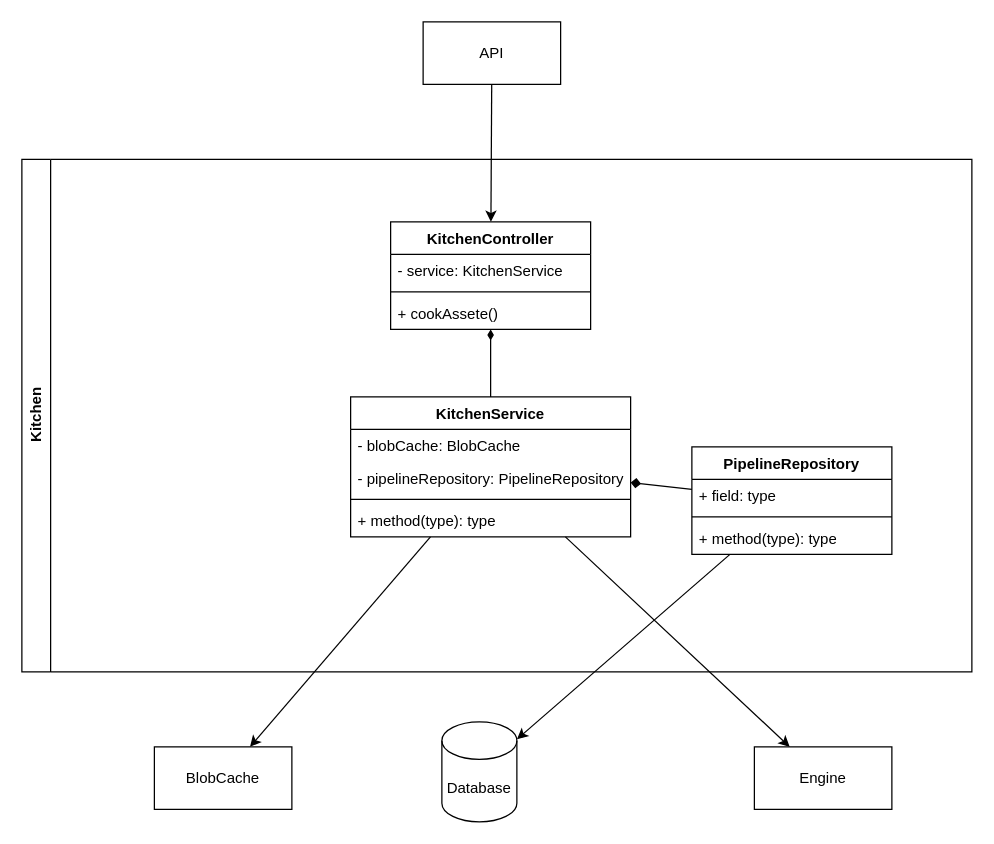
Above: server/docs/architecture.drawio in Star-Plus/Acture (draw.io), before the change. Source tidied: cells renumbered, new cells numbered last; positions are measured from the earlier drawing's top-left corner, leaving out a move shared by most shapes. Both pictures are drawn from the tidied source at 125%, with x=0, y=0 at pixel (21, 21).
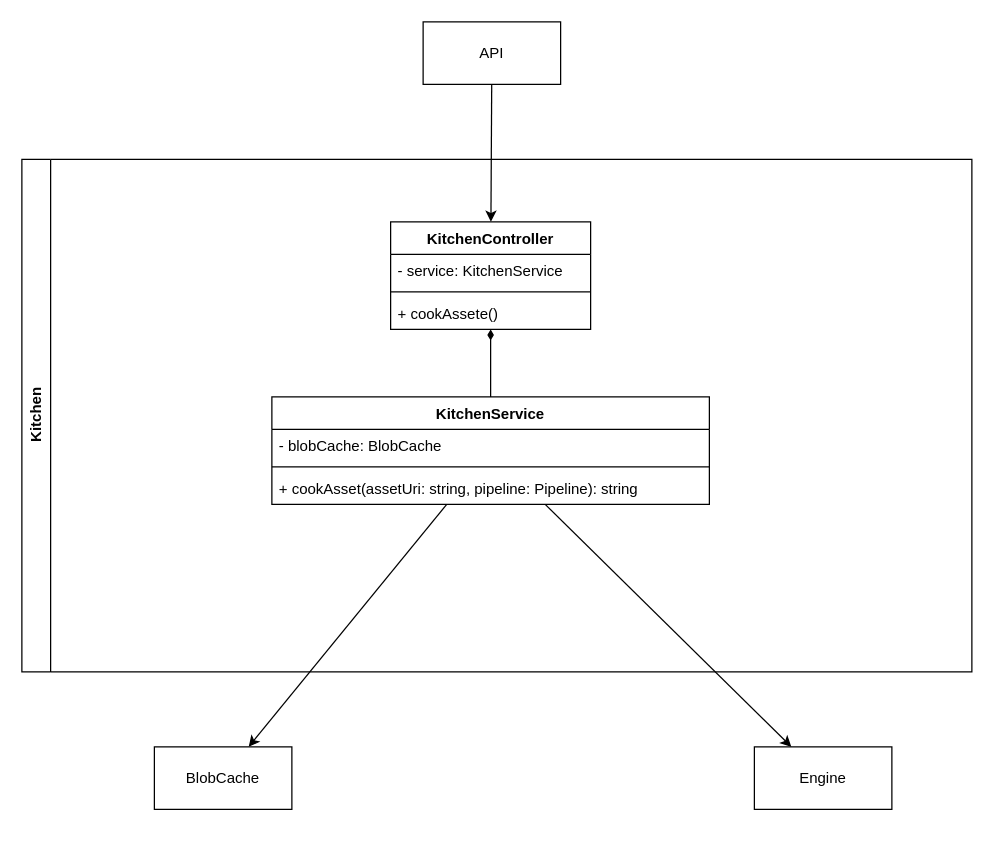
The same diagram, later.

Commit message (it also covers changes not shown here):
Refactor architecture diagrams and remove obsolete class diagram

Unchanged cells that the change refers to:
```xml
<mxCell id="8" value="Kitchen" style="swimlane;horizontal=0;whiteSpace=wrap;html=1;" parent="1" vertex="1">
  <mxGeometry y="110" width="760" height="410" as="geometry" />
</mxCell>
```

What changed in the source:
```diff
@@
-    <mxCell id="14" style="edgeStyle=none;html=1;startArrow=diamond;startFill=1;endArrow=none;endFill=0;" parent="8" edge="1" source="15" target="20">
-      <mxGeometry relative="1" as="geometry" />
-    </mxCell>
     <mxCell id="15" value="KitchenService" style="swimlane;fontStyle=1;align=center;verticalAlign=top;horizontal=1;startSize=26;whiteSpace=wrap;html=1;" parent="8" vertex="1">
-      <mxGeometry x="263" y="190" width="224" height="112" as="geometry" />
+      <mxGeometry x="200" y="190" width="350" height="86" as="geometry" />
     </mxCell>
     <mxCell id="16" value="- blobCache: BlobCache" style="text;strokeColor=none;fillColor=none;align=left;verticalAlign=top;spacingLeft=4;spacingRight=4;overflow=hidden;whiteSpace=wrap;html=1;" parent="15" vertex="1">
-      <mxGeometry y="26" width="224" height="26" as="geometry" />
+      <mxGeometry y="26" width="350" height="26" as="geometry" />
     </mxCell>
-    <mxCell id="17" value="- pipelineRepository: PipelineRepository" style="text;strokeColor=none;fillColor=none;align=left;verticalAlign=top;spacingLeft=4;spacingRight=4;overflow=hidden;whiteSpace=wrap;html=1;" parent="15" vertex="1">
-      <mxGeometry y="52" width="224" height="26" as="geometry" />
-    </mxCell>
     <mxCell id="18" style="line;strokeWidth=1;fillColor=none;align=left;verticalAlign=middle;spacingTop=-1;spacingLeft=3;spacingRight=3;labelPosition=right;strokeColor=inherit;" parent="15" vertex="1">
-      <mxGeometry y="78" width="224" height="8" as="geometry" />
+      <mxGeometry y="52" width="350" height="8" as="geometry" />
     </mxCell>
-    <mxCell id="19" value="+ method(type): type" style="text;strokeColor=none;fillColor=none;align=left;verticalAlign=top;spacingLeft=4;spacingRight=4;overflow=hidden;whiteSpace=wrap;html=1;" parent="15" vertex="1">
-      <mxGeometry y="86" width="224" height="26" as="geometry" />
+    <mxCell id="19" value="+ cookAsset(assetUri: string, pipeline: Pipeline): string" style="text;strokeColor=none;fillColor=none;align=left;verticalAlign=top;spacingLeft=4;spacingRight=4;overflow=hidden;whiteSpace=wrap;html=1;" parent="15" vertex="1">
+      <mxGeometry y="60" width="350" height="26" as="geometry" />
     </mxCell>
-    <mxCell id="20" value="PipelineRepository" style="swimlane;fontStyle=1;align=center;verticalAlign=top;horizontal=1;startSize=26;whiteSpace=wrap;html=1;" parent="8" vertex="1">
-      <mxGeometry x="536" y="230" width="160" height="86" as="geometry" />
-    </mxCell>
-    <mxCell id="21" value="+ field: type" style="text;strokeColor=none;fillColor=none;align=left;verticalAlign=top;spacingLeft=4;spacingRight=4;overflow=hidden;whiteSpace=wrap;html=1;" parent="20" vertex="1">
-      <mxGeometry y="26" width="160" height="26" as="geometry" />
-    </mxCell>
-    <mxCell id="22" style="line;strokeWidth=1;fillColor=none;align=left;verticalAlign=middle;spacingTop=-1;spacingLeft=3;spacingRight=3;labelPosition=right;strokeColor=inherit;" parent="20" vertex="1">
-      <mxGeometry y="52" width="160" height="8" as="geometry" />
-    </mxCell>
-    <mxCell id="23" value="+ method(type): type" style="text;strokeColor=none;fillColor=none;align=left;verticalAlign=top;spacingLeft=4;spacingRight=4;overflow=hidden;whiteSpace=wrap;html=1;" parent="20" vertex="1">
-      <mxGeometry y="60" width="160" height="26" as="geometry" />
-    </mxCell>
-    <mxCell id="24" value="Database" style="shape=cylinder3;whiteSpace=wrap;html=1;boundedLbl=1;backgroundOutline=1;size=15;" parent="1" vertex="1">
-      <mxGeometry x="336" y="560" width="60" height="80" as="geometry" />
-    </mxCell>
-    <mxCell id="25" style="edgeStyle=none;html=1;" parent="1" edge="1" source="20" target="24">
-      <mxGeometry relative="1" as="geometry" />
-    </mxCell>
```
